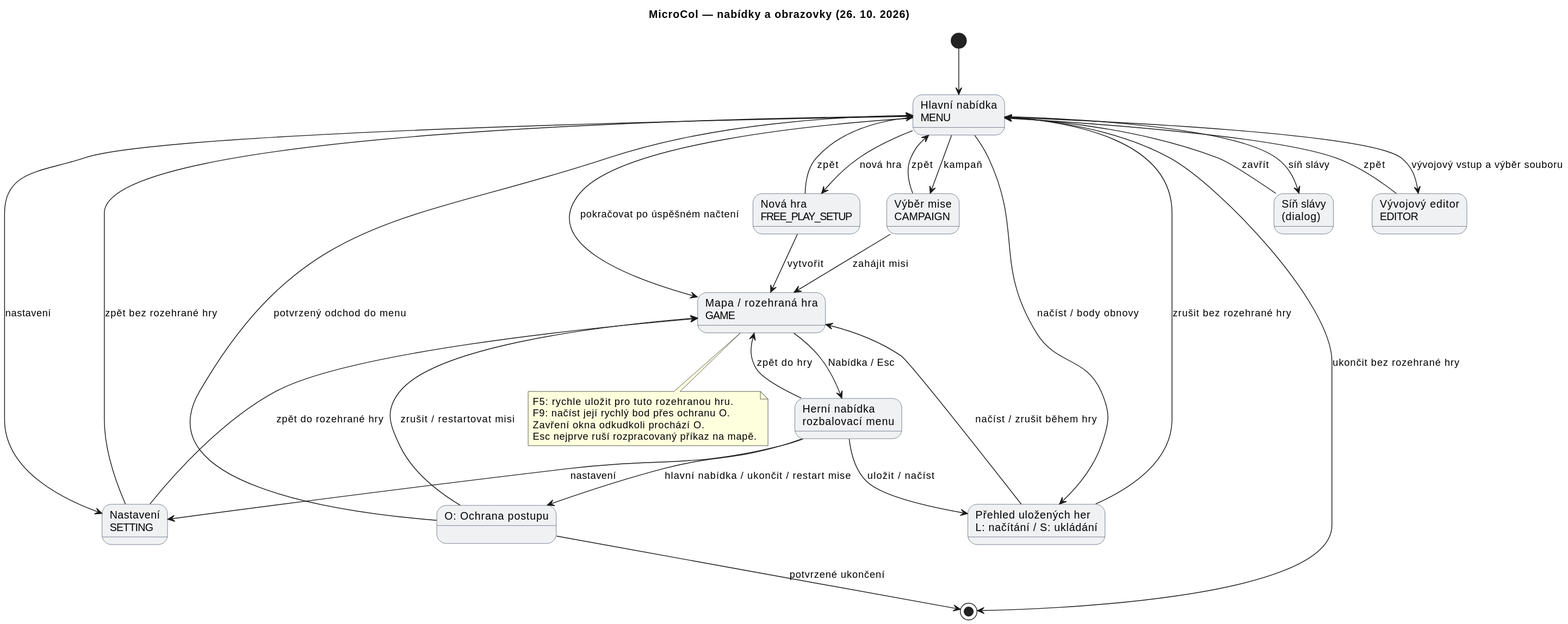
Before: docs/diagrams/save-load/navigation.svg, a diagram exported from PlantUML (jajir/microcol).
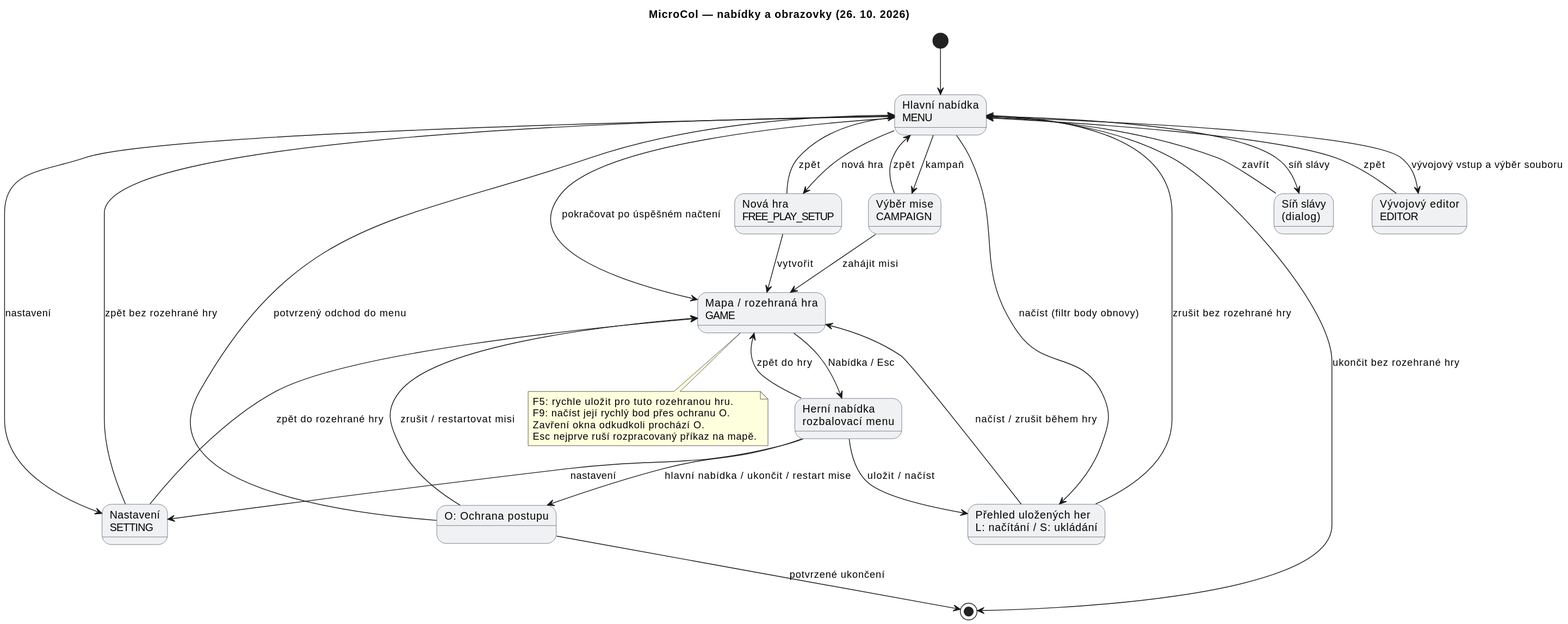
After the change.

Change to the diagram source:
```diff
@@ -28,7 +28,7 @@
 Main --> Settings : nastavení
 Settings --> Main : zpět bez rozehrané hry
 Settings --> Map : zpět do rozehrané hry
-Main --> Files : načíst / body obnovy
+Main --> Files : načíst (filtr body obnovy)
 Files --> Main : zrušit bez rozehrané hry
 Files --> Map : načíst / zrušit během hry
 Main --> Map : pokračovat po úspěšném načtení
```
